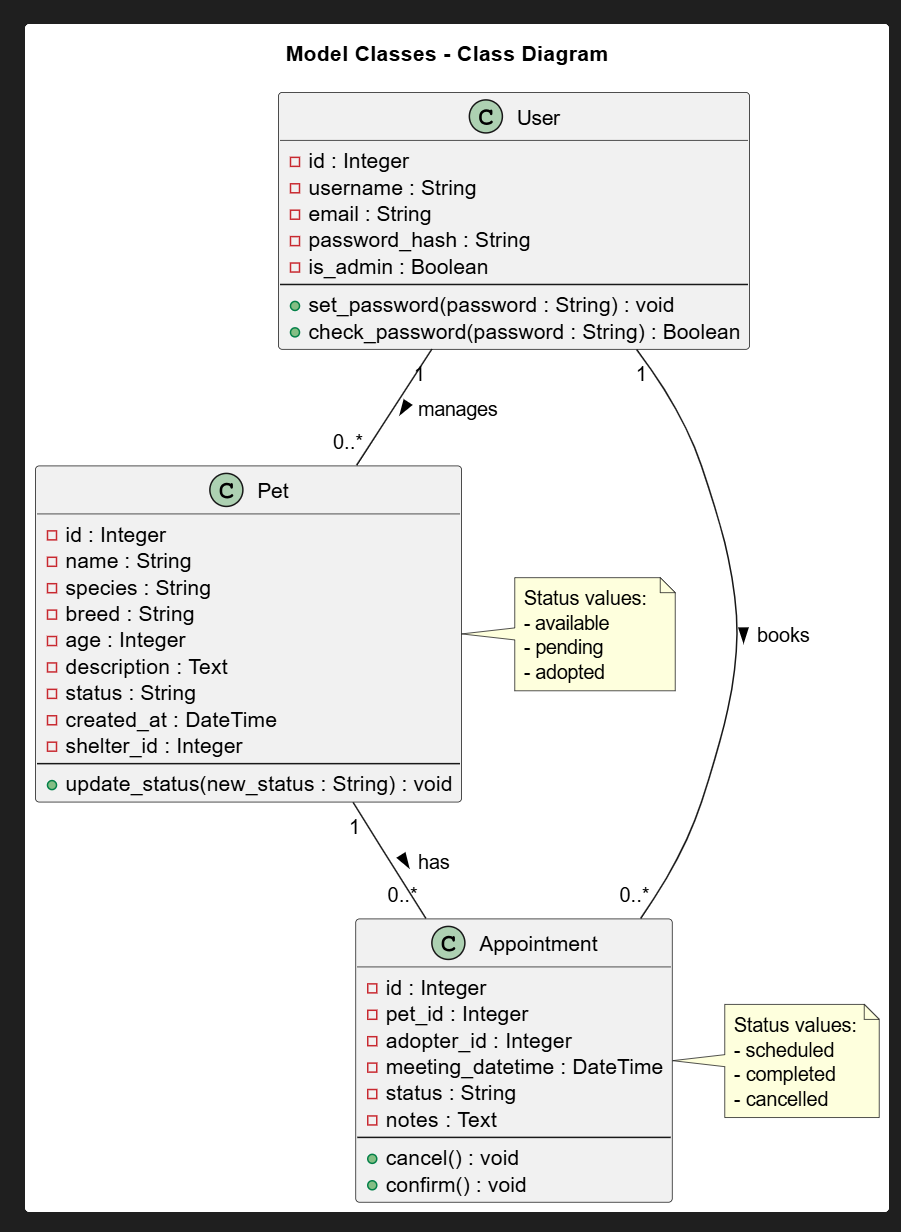
The PlantUML diagram uml/class_diagram.png in msu-denver/pawfect-match, before a commit. Its source is kept beside it as uml/class_diagram.puml. Source of this version:
```plantuml
@startuml class_diagram
title Model Classes - Class Diagram

class User {
  - id : Integer
  - username : String
  - email : String
  - password_hash : String
  - is_admin : Boolean
  --
  + set_password(password : String) : void
  + check_password(password : String) : Boolean
}

class Pet {
  - id : Integer
  - name : String
  - species : String
  - breed : String
  - age : Integer
  - description : Text
  - status : String
  - created_at : DateTime
  - shelter_id : Integer
  --
  + update_status(new_status : String) : void
}

class Appointment {
  - id : Integer
  - pet_id : Integer
  - adopter_id : Integer
  - meeting_datetime : DateTime
  - status : String
  - notes : Text
  --
  + cancel() : void
  + confirm() : void
}

User "1" -- "0..*" Pet : manages >
User "1" -- "0..*" Appointment : books >
Pet "1" -- "0..*" Appointment : has >



note right of Pet
  Status values:
  - available
  - pending
  - adopted
end note

note right of Appointment
  Status values:
  - scheduled
  - completed
  - cancelled
end note

@enduml
```
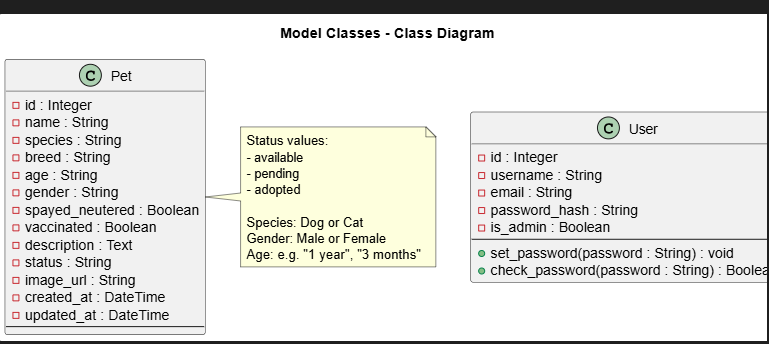
Later version of the same file.

Commit message:
Update UML diagrams and README to match code implementation

The edit, as a diff of the source:
```diff
@@ -17,45 +17,27 @@
   - name : String
   - species : String
   - breed : String
-  - age : Integer
+  - age : String
+  - gender : String
+  - spayed_neutered : Boolean
+  - vaccinated : Boolean
   - description : Text
   - status : String
+  - image_url : String
   - created_at : DateTime
-  - shelter_id : Integer
+  - updated_at : DateTime
   --
-  + update_status(new_status : String) : void
 }
-
-class Appointment {
-  - id : Integer
-  - pet_id : Integer
-  - adopter_id : Integer
-  - meeting_datetime : DateTime
-  - status : String
-  - notes : Text
-  --
-  + cancel() : void
-  + confirm() : void
-}
-
-User "1" -- "0..*" Pet : manages >
-User "1" -- "0..*" Appointment : books >
-Pet "1" -- "0..*" Appointment : has >
-
-
 
 note right of Pet
   Status values:
   - available
   - pending
   - adopted
-end note
 
-note right of Appointment
-  Status values:
-  - scheduled
-  - completed
-  - cancelled
+  Species: Dog or Cat
+  Gender: Male or Female
+  Age: e.g. "1 year", "3 months"
 end note
 
 @enduml
```
